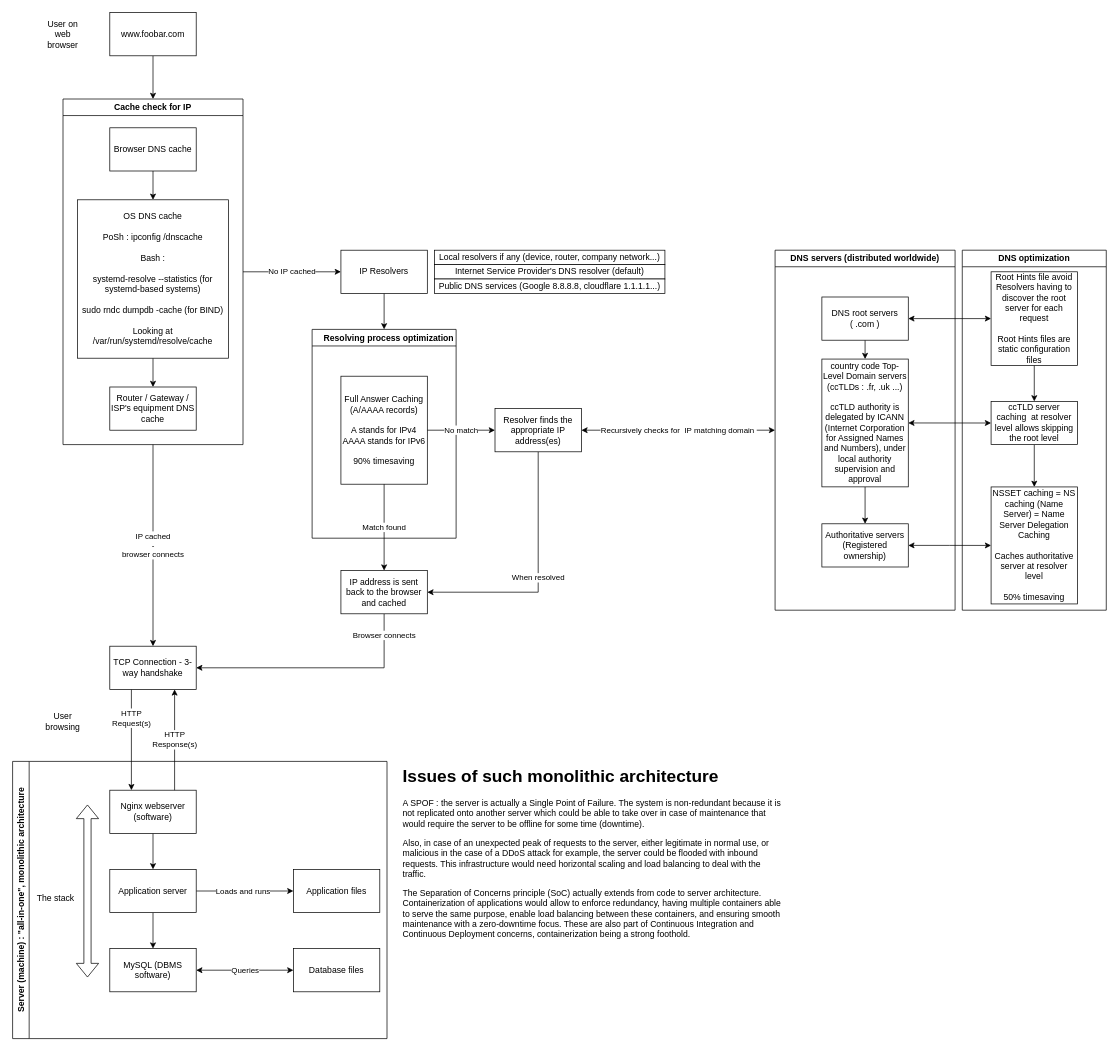
The draw.io diagram web_infrastructure_design/0-simple_web_stack.drawio in jmitchell35/holbertonschool-system_engineering-devops, before the edit. Source tidied: cells renumbered, new cells numbered last; positions are measured from the earlier drawing's top-left corner, leaving out a move shared by most shapes. Both pictures are drawn from the tidied source at 72%, with x=0, y=0 at pixel (12, 12).
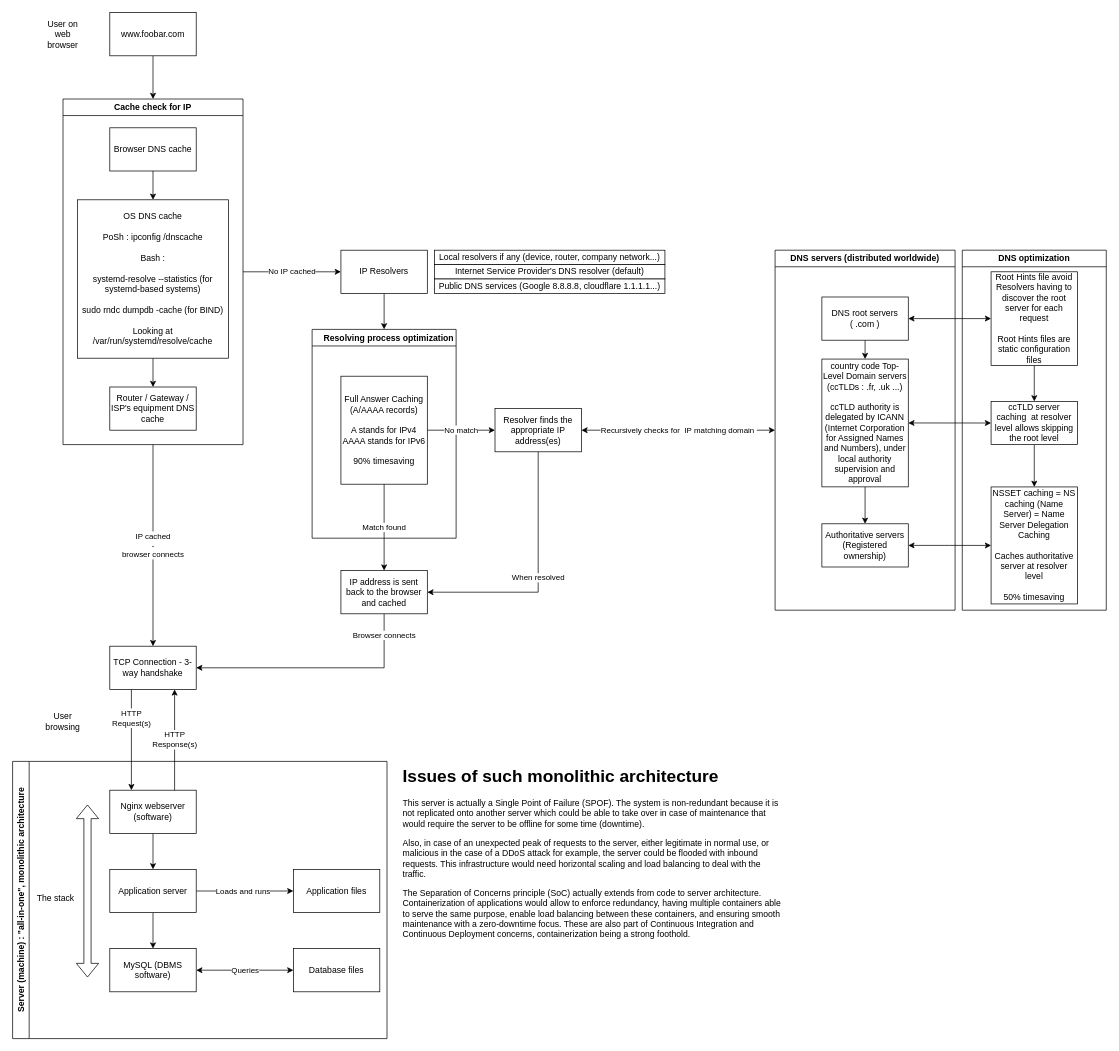
The same diagram, later.

Commit message:
Rephrased first sentence

The edit, as a diff of the source:
```diff
@@
-    <mxCell id="58" value="&lt;h1 style=&quot;margin-top: 0px;&quot;&gt;Issues of such monolithic architecture&lt;/h1&gt;&lt;p&gt;A SPOF : the server is actually a Single Point of Failure. The system is non-redundant because it is not replicated onto another server which could be able to take over in case of maintenance that would require the server to be offline for some time (downtime).&lt;br&gt;&lt;/p&gt;&lt;p&gt;Also, in case of an unexpected peak of requests to the server, either legitimate in normal use, or malicious in the case of a DDoS attack for example, the server could be flooded with inbound requests. This infrastructure would need horizontal scaling and load balancing to deal with the traffic.&lt;/p&gt;&lt;p&gt;The Separation of Concerns principle (SoC) actually extends from code to server architecture. Containerization of applications would allow to enforce redundancy, having multiple containers able to serve the same purpose, enable load balancing between these containers, and ensuring smooth maintenance with a zero-downtime focus. These are also part of Continuous Integration and Continuous Deployment concerns, containerization being a strong foothold.&lt;/p&gt;" style="text;html=1;whiteSpace=wrap;overflow=hidden;rounded=0;" parent="1" vertex="1">
+    <mxCell id="58" value="&lt;h1 style=&quot;margin-top: 0px;&quot;&gt;Issues of such monolithic architecture&lt;/h1&gt;&lt;p&gt;This server is actually a Single Point of Failure (SPOF). The system is non-redundant because it is not replicated onto another server which could be able to take over in case of maintenance that would require the server to be offline for some time (downtime).&lt;br&gt;&lt;/p&gt;&lt;p&gt;Also, in case of an unexpected peak of requests to the server, either legitimate in normal use, or malicious in the case of a DDoS attack for example, the server could be flooded with inbound requests. This infrastructure would need horizontal scaling and load balancing to deal with the traffic.&lt;/p&gt;&lt;p&gt;The Separation of Concerns principle (SoC) actually extends from code to server architecture. Containerization of applications would allow to enforce redundancy, having multiple containers able to serve the same purpose, enable load balancing between these containers, and ensuring smooth maintenance with a zero-downtime focus. These are also part of Continuous Integration and Continuous Deployment concerns, containerization being a strong foothold.&lt;/p&gt;" style="text;html=1;whiteSpace=wrap;overflow=hidden;rounded=0;" parent="1" vertex="1">
       <mxGeometry x="540" y="1040" width="530" height="250" as="geometry" />
     </mxCell>
```
